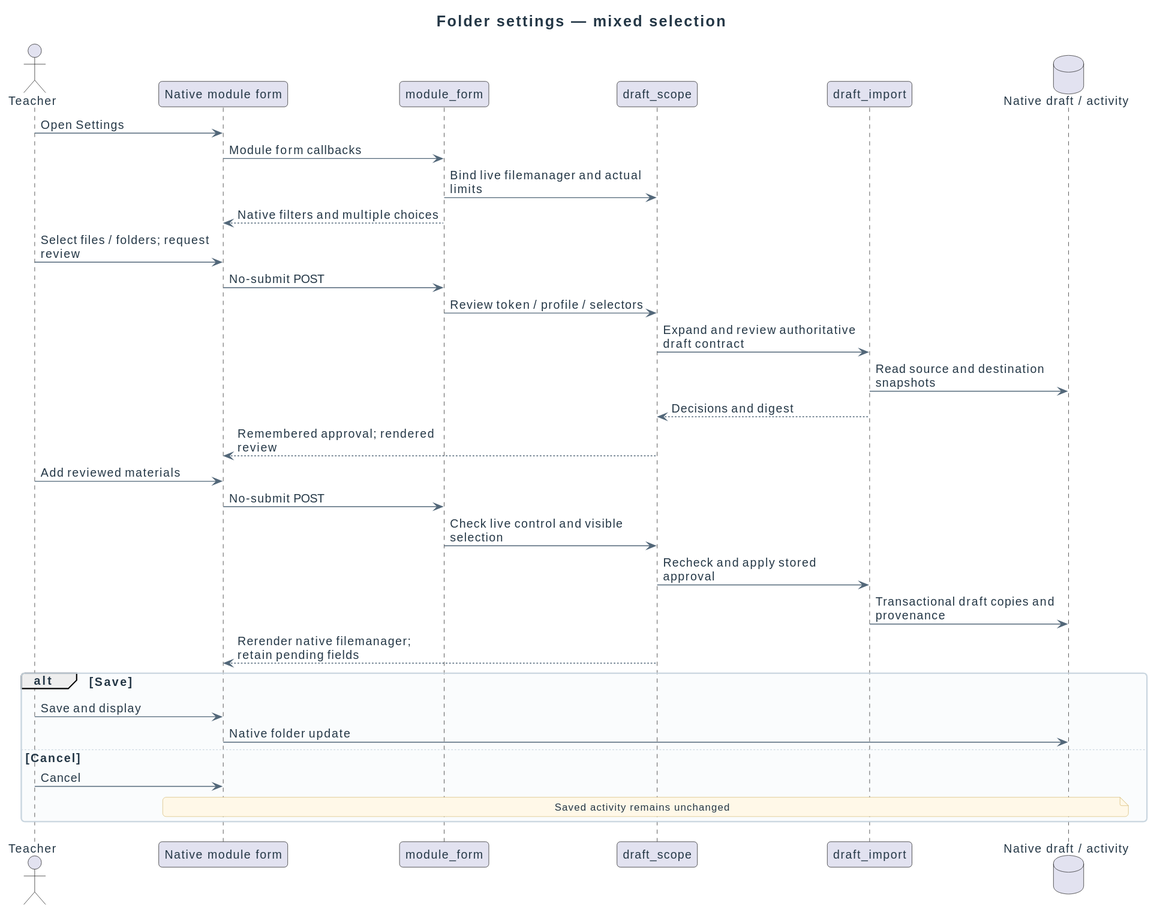
didactika/moodle-local_coursefiles keeps this PlantUML diagram as docs/diagrams/design/sequences/folder-selection.svg. Above is the earlier version.
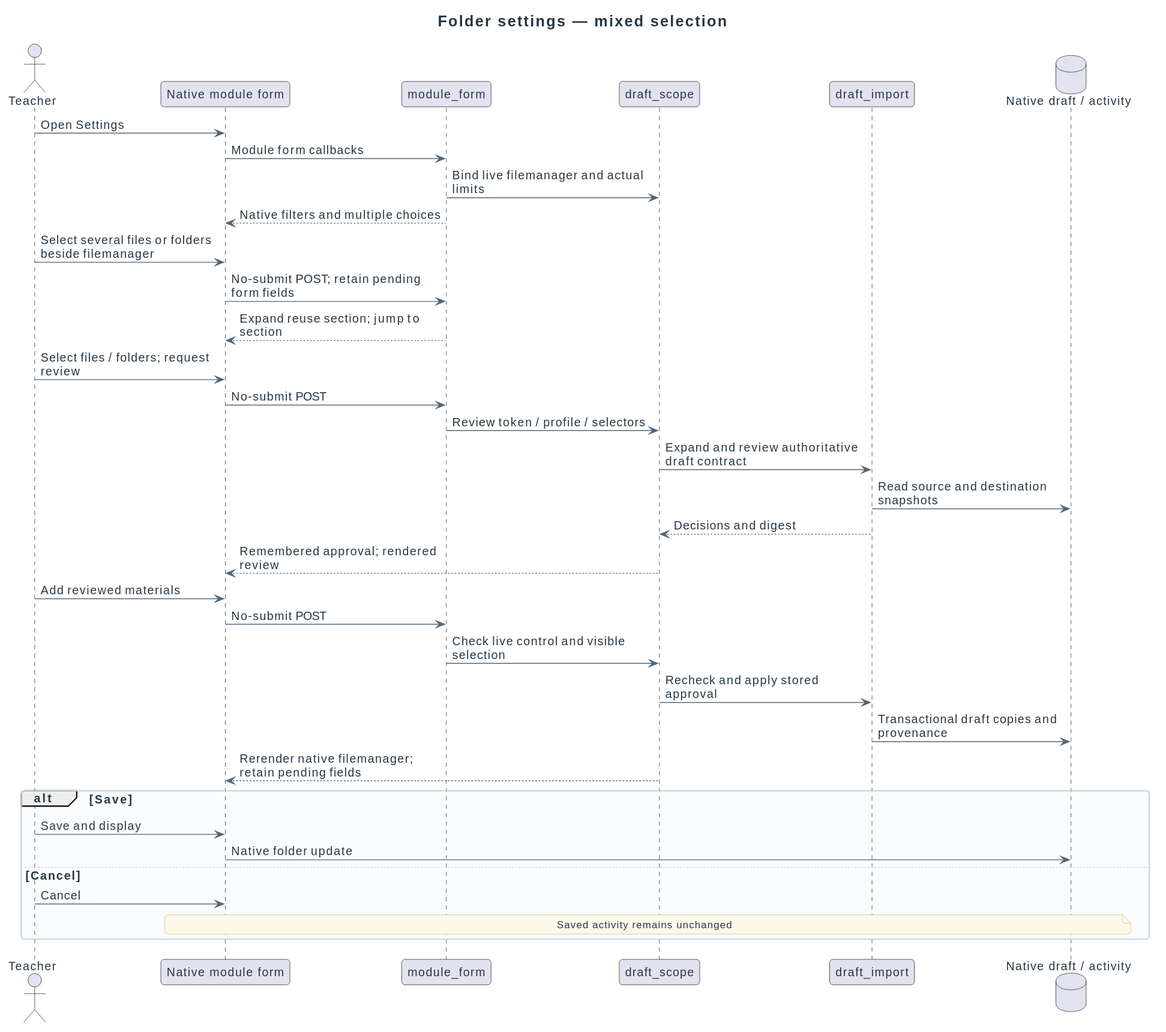
After the change.

The edit, as a diff of the source:
```diff
@@ -13,6 +13,9 @@
 Form -> Integration : Module form callbacks
 Integration -> Scope : Bind live filemanager and actual limits
 Integration --> Form : Native filters and multiple choices
+Teacher -> Form : Select several files or folders beside filemanager
+Form -> Integration : No-submit POST; retain pending form fields
+Integration --> Form : Expand reuse section; jump to section
 Teacher -> Form : Select files / folders; request review
 Form -> Integration : No-submit POST
 Integration -> Scope : Review token / profile / selectors
```
